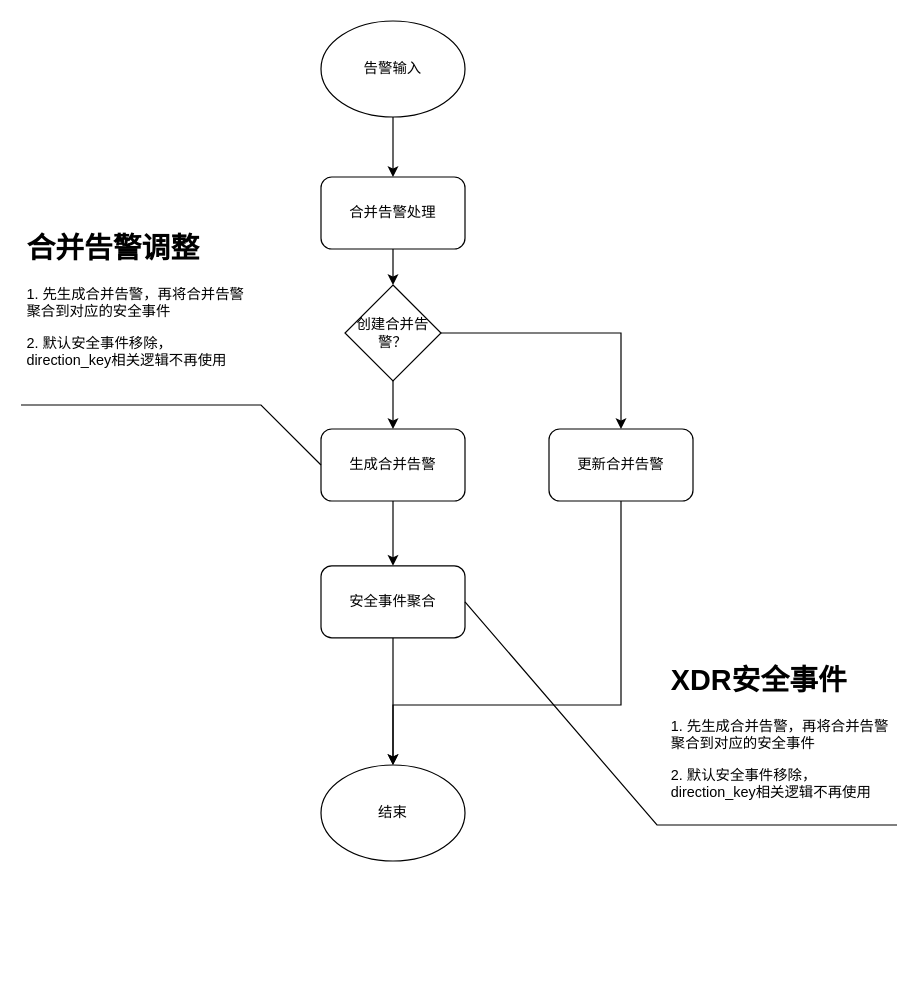
Above: XDR安全事件技术方案.drawio in popvlovs/popvlovs-repository (draw.io), before the change. Source tidied: cells renumbered, new cells numbered last; positions are measured from the earlier drawing's top-left corner, leaving out a move shared by most shapes. Both pictures are drawn from the tidied source at 120%, with x=0, y=0 at pixel (20, 20).
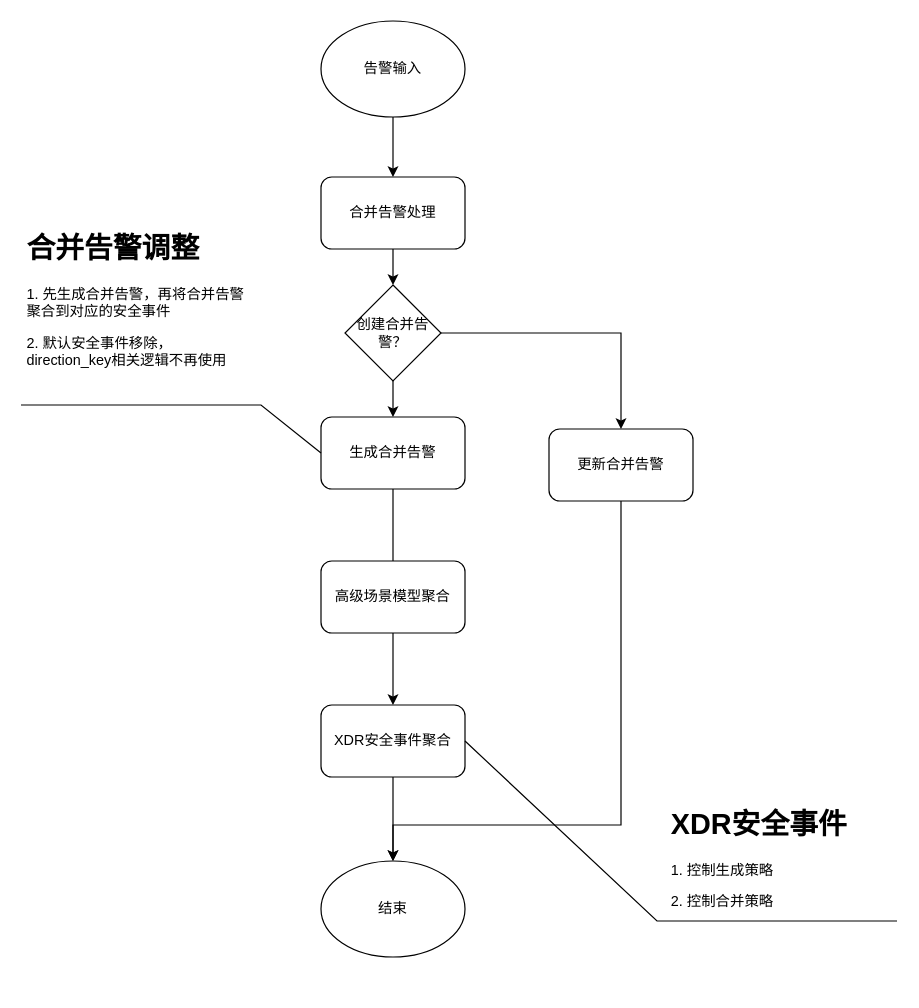
The same diagram, later.

Commit message:
Update XDR安全事件技术方案.drawio

Unchanged cells that the change refers to:
```xml
<mxCell id="13" value="更新合并告警" style="rounded=1;whiteSpace=wrap;html=1;" parent="1" vertex="1">
  <mxGeometry x="440" y="340" width="120" height="60" as="geometry" />
</mxCell>
```

The edit, as a diff of the source:
```diff
@@
     <mxCell id="10" value="生成合并告警" style="rounded=1;whiteSpace=wrap;html=1;" parent="1" vertex="1">
-      <mxGeometry x="250" y="340" width="120" height="60" as="geometry" />
+      <mxGeometry x="250" y="330" width="120" height="60" as="geometry" />
     </mxCell>
     <mxCell id="11" style="edgeStyle=orthogonalEdgeStyle;rounded=0;jettySize=auto;html=1;" parent="1" edge="1" source="13" target="12">
       <mxGeometry relative="1" as="geometry">
         <Array as="points">
-          <mxPoint x="500" y="570" />
-          <mxPoint x="310" y="570" />
+          <mxPoint x="500" y="670" />
+          <mxPoint x="310" y="670" />
         </Array>
       </mxGeometry>
     </mxCell>
     <mxCell id="12" value="结束" style="ellipse;whiteSpace=wrap;html=1;" parent="1" vertex="1">
-      <mxGeometry x="250" y="620" width="120" height="80" as="geometry" />
+      <mxGeometry x="250" y="700" width="120" height="80" as="geometry" />
     </mxCell>
@@
-    <mxCell id="15" value="安全事件聚合" style="rounded=1;whiteSpace=wrap;html=1;" parent="1" vertex="1">
-      <mxGeometry x="250" y="454" width="120" height="60" as="geometry" />
+    <mxCell id="15" value="XDR安全事件聚合" style="rounded=1;whiteSpace=wrap;html=1;" parent="1" vertex="1">
+      <mxGeometry x="250" y="570" width="120" height="60" as="geometry" />
     </mxCell>
@@
     <mxCell id="17" style="endArrow=none;html=1;rounded=0;endFill=0;exitX=1;exitY=0.5;exitDx=0;exitDy=0;" parent="1" edge="1" source="15">
       <mxGeometry relative="1" as="geometry">
-        <mxPoint x="730" y="670" as="targetPoint" />
+        <mxPoint x="730" y="750" as="targetPoint" />
         <Array as="points">
-          <mxPoint x="530" y="670" />
+          <mxPoint x="530" y="750" />
         </Array>
       </mxGeometry>
     </mxCell>
@@
-    <mxCell id="19" value="&lt;h1&gt;XDR安全事件&lt;/h1&gt;&lt;p&gt;1. 先生成合并告警，再将合并告警聚合到对应的安全事件&lt;/p&gt;&lt;p&gt;2. 默认安全事件移除，direction_key相关逻辑不再使用&lt;/p&gt;" style="text;html=1;strokeColor=none;fillColor=none;spacing=5;spacingTop=-20;whiteSpace=wrap;overflow=hidden;rounded=0;" parent="1" vertex="1">
-      <mxGeometry x="537" y="530" width="190" height="155" as="geometry" />
+    <mxCell id="19" value="&lt;h1&gt;XDR安全事件&lt;/h1&gt;&lt;p&gt;1. 控制生成策略&lt;/p&gt;&lt;p&gt;2. 控制合并策略&lt;/p&gt;" style="text;html=1;strokeColor=none;fillColor=none;spacing=5;spacingTop=-20;whiteSpace=wrap;overflow=hidden;rounded=0;" parent="1" vertex="1">
+      <mxGeometry x="537" y="650" width="190" height="155" as="geometry" />
     </mxCell>
+    <mxCell id="20" value="高级场景模型聚合" style="rounded=1;whiteSpace=wrap;html=1;" parent="1" vertex="1">
+      <mxGeometry x="250" y="450" width="120" height="60" as="geometry" />
+    </mxCell>
```
